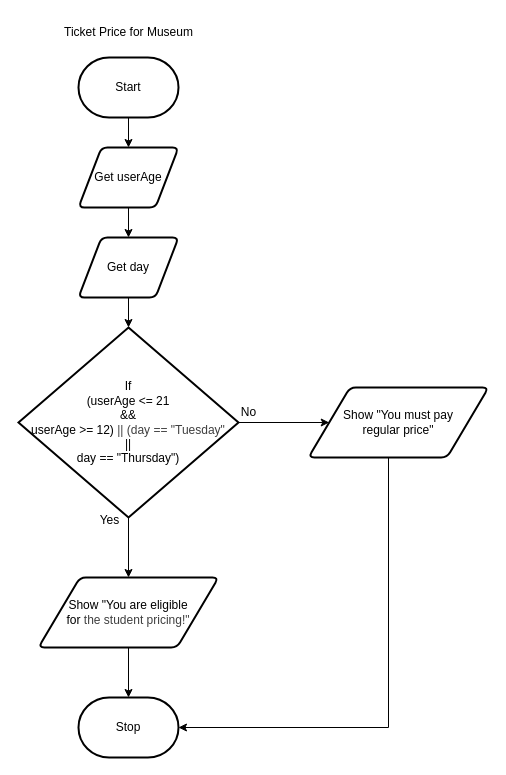
The draw.io diagram design/flowchart.drawio in MTHS-ICD2O-1-2024/ICD2O-Unit-5-04-Ain-Jeong, before the edit. Source tidied: cells renumbered, new cells numbered last; positions are measured from the earlier drawing's top-left corner, leaving out a move shared by most shapes. Both pictures are drawn from the tidied source at 100%, with x=0, y=0 at pixel (18, 17).
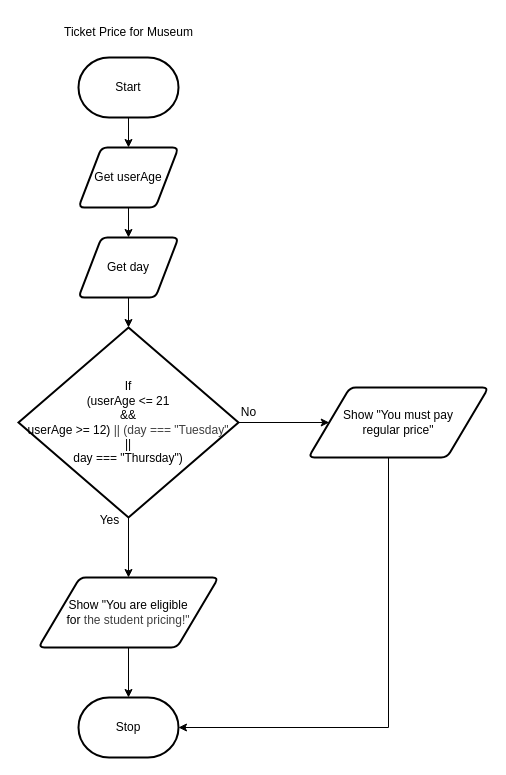
The same diagram, later.

Change to the diagram source:
```diff
@@
-    <mxCell id="9" value="If&lt;div&gt;(userAge &amp;lt;= 21&lt;div&gt;&amp;amp;&amp;amp;&lt;div&gt;userAge &amp;gt;= 12)&amp;nbsp;&lt;span style=&quot;color: rgb(63, 63, 63); background-color: transparent;&quot;&gt;||&amp;nbsp;&lt;/span&gt;&lt;span style=&quot;color: rgb(63, 63, 63); background-color: transparent;&quot;&gt;(day == &quot;Tuesday&quot;&lt;/span&gt;&lt;/div&gt;&lt;/div&gt;&lt;div&gt;||&lt;/div&gt;&lt;div&gt;day == &quot;Thursday&quot;)&lt;/div&gt;&lt;/div&gt;" style="strokeWidth=2;html=1;shape=mxgraph.flowchart.decision;whiteSpace=wrap;" parent="1" vertex="1">
+    <mxCell id="9" value="If&lt;div&gt;(userAge &amp;lt;= 21&lt;div&gt;&amp;amp;&amp;amp;&lt;div&gt;userAge &amp;gt;= 12)&amp;nbsp;&lt;span style=&quot;color: rgb(63, 63, 63); background-color: transparent;&quot;&gt;||&amp;nbsp;&lt;/span&gt;&lt;span style=&quot;color: rgb(63, 63, 63); background-color: transparent;&quot;&gt;(day === &quot;Tuesday&quot;&lt;/span&gt;&lt;/div&gt;&lt;/div&gt;&lt;div&gt;||&lt;/div&gt;&lt;div&gt;day === &quot;Thursday&quot;)&lt;/div&gt;&lt;/div&gt;" style="strokeWidth=2;html=1;shape=mxgraph.flowchart.decision;whiteSpace=wrap;" parent="1" vertex="1">
       <mxGeometry y="310" width="220" height="190" as="geometry" />
     </mxCell>
```
